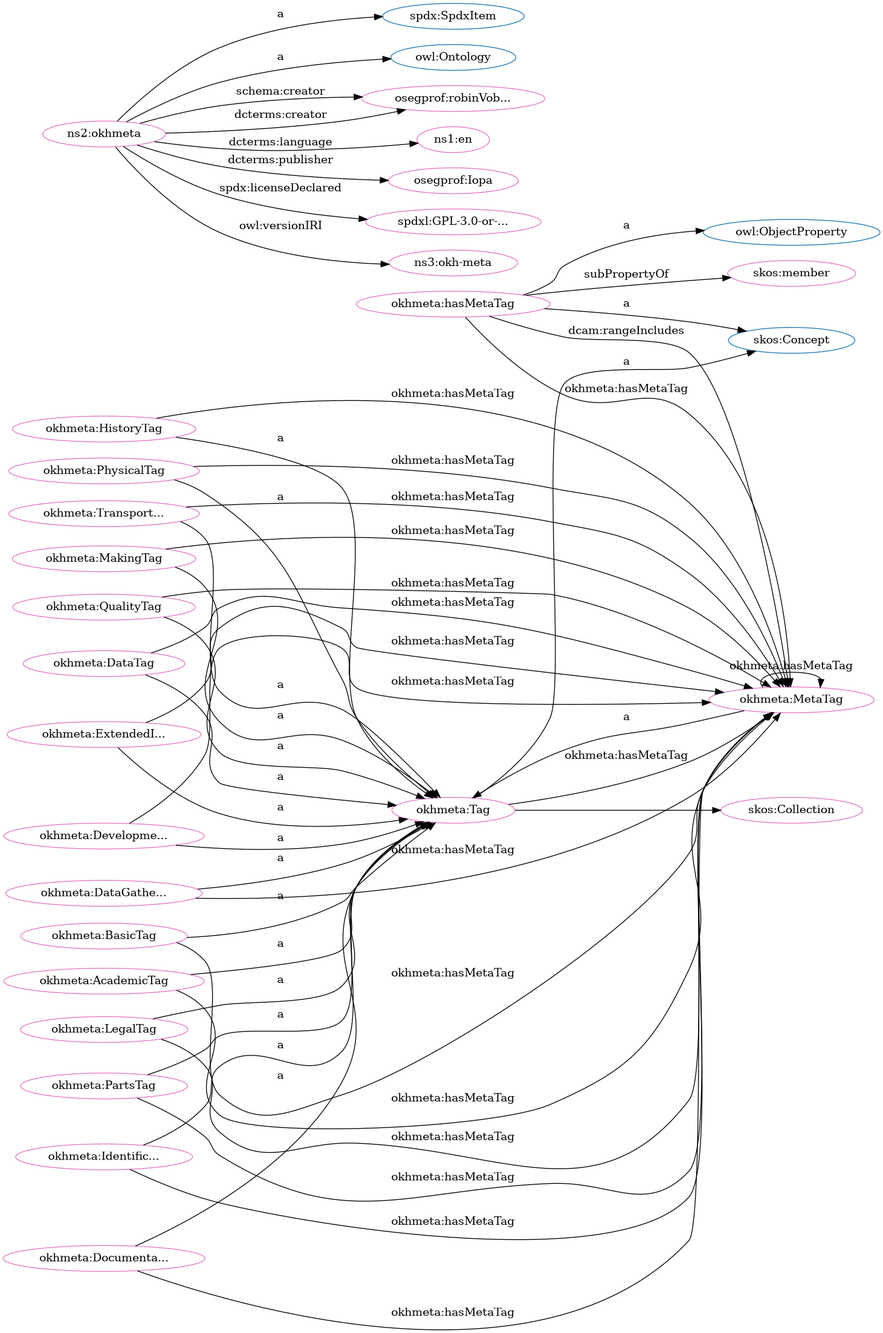
iop-alliance/OpenKnowHow keeps this Graphviz diagram as src/spec/dot_okh-meta.png. Above is the earlier version. Its source is kept beside it as src/spec/dot_okh-meta.dot.
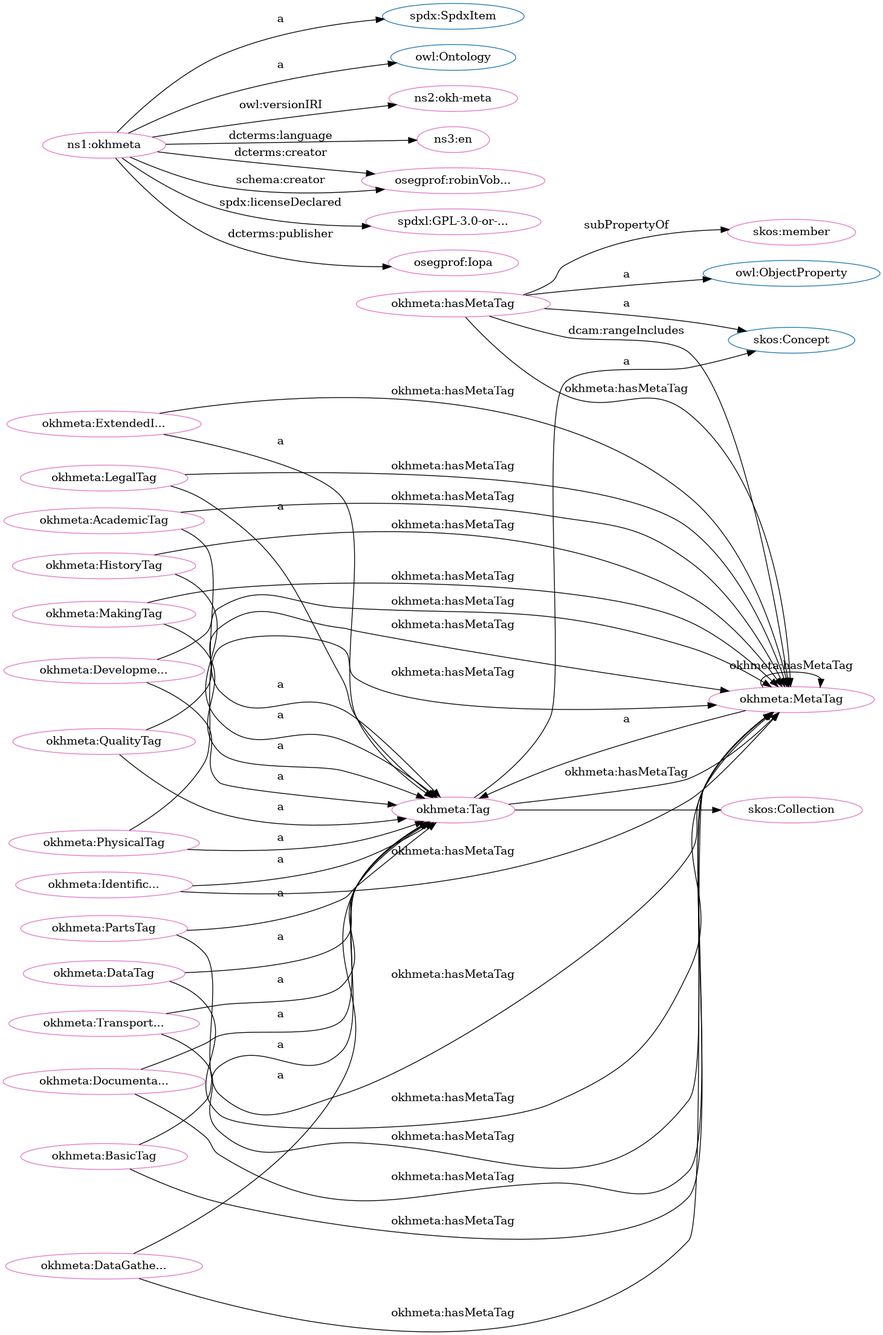
Later version of the same file.

The edit, as a diff of the source:
```diff
@@ -1,84 +1,84 @@
 digraph G {
   rankdir=BT
   node[height=.3]
+"http://www.w3.org/2004/02/skos/core#Concept" [fillcolor="#1f77b4" color="#1f77b4" label="skos:Concept"]
 "http://w3id.org/oseg/ont/okhmeta#Tag" [fillcolor="#1f77b4" color="#1f77b4" label="okhmeta:Tag"]
-"http://www.w3.org/2004/02/skos/core#Concept" [fillcolor="#1f77b4" color="#1f77b4" label="skos:Concept"]
 "http://spdx.org/rdf/terms#SpdxItem" [fillcolor="#1f77b4" color="#1f77b4" label="spdx:SpdxItem"]
-"http://www.w3.org/2004/02/skos/core#Collection" [fillcolor="#1f77b4" color="#1f77b4" label="skos:Collection"]
 "http://www.w3.org/2002/07/owl#Ontology" [fillcolor="#1f77b4" color="#1f77b4" label="owl:Ontology"]
 "http://www.w3.org/2002/07/owl#ObjectProperty" [fillcolor="#1f77b4" color="#1f77b4" label="owl:ObjectProperty"]
+"http://www.w3.org/2004/02/skos/core#Collection" [fillcolor="#1f77b4" color="#1f77b4" label="skos:Collection"]
+"http://w3id.org/oseg/ont/okhmeta" [fillcolor="#e377c2" color="#e377c2" label="ns1:okhmeta"]
+"http://w3id.org/oseg/ont/1.1.0/okh-meta" [fillcolor="#e377c2" color="#e377c2" label="ns2:okh-meta"]
+"http://w3id.org/oseg/ont/okhmeta#Tag" [fillcolor="#e377c2" color="#e377c2" label="okhmeta:Tag"]
 "http://w3id.org/oseg/ont/okhmeta#MetaTag" [fillcolor="#e377c2" color="#e377c2" label="okhmeta:MetaTag"]
+"http://w3id.org/oseg/ont/okhmeta#hasMetaTag" [fillcolor="#e377c2" color="#e377c2" label="okhmeta:hasMetaTag"]
+"http://w3id.org/oseg/ont/okhmeta#DataTag" [fillcolor="#e377c2" color="#e377c2" label="okhmeta:DataTag"]
+"http://www.w3.org/2004/02/skos/core#member" [fillcolor="#e377c2" color="#e377c2" label="skos:member"]
+"http://id.loc.gov/vocabulary/iso639-1/en" [fillcolor="#e377c2" color="#e377c2" label="ns3:en"]
+"http://w3id.org/oseg/ont/okhmeta#AcademicTag" [fillcolor="#e377c2" color="#e377c2" label="okhmeta:AcademicTag"]
+"http://w3id.org/oseg/ont/okhmeta#ExtendedInfoTag" [fillcolor="#e377c2" color="#e377c2" label="okhmeta:ExtendedI..."]
+"http://w3id.org/oseg/ont/oseg-profiles#robinVobruba" [fillcolor="#e377c2" color="#e377c2" label="osegprof:robinVob..."]
+"http://w3id.org/oseg/ont/okhmeta#PartsTag" [fillcolor="#e377c2" color="#e377c2" label="okhmeta:PartsTag"]
+"http://w3id.org/oseg/ont/okhmeta#DevelopmentTag" [fillcolor="#e377c2" color="#e377c2" label="okhmeta:Developme..."]
+"http://w3id.org/oseg/ont/okhmeta#LegalTag" [fillcolor="#e377c2" color="#e377c2" label="okhmeta:LegalTag"]
+"http://w3id.org/oseg/ont/okhmeta#BasicTag" [fillcolor="#e377c2" color="#e377c2" label="okhmeta:BasicTag"]
+"http://spdx.org/licenses/GPL-3.0-or-later" [fillcolor="#e377c2" color="#e377c2" label="spdxl:GPL-3.0-or-..."]
+"http://w3id.org/oseg/ont/okhmeta#IdentificationTag" [fillcolor="#e377c2" color="#e377c2" label="okhmeta:Identific..."]
+"http://w3id.org/oseg/ont/okhmeta#DataGatheringTag" [fillcolor="#e377c2" color="#e377c2" label="okhmeta:DataGathe..."]
 "http://w3id.org/oseg/ont/okhmeta#QualityTag" [fillcolor="#e377c2" color="#e377c2" label="okhmeta:QualityTag"]
-"http://w3id.org/oseg/ont/okhmeta#PartsTag" [fillcolor="#e377c2" color="#e377c2" label="okhmeta:PartsTag"]
-"http://w3id.org/oseg/ont/oseg-profiles#robinVobruba" [fillcolor="#e377c2" color="#e377c2" label="osegprof:robinVob..."]
-"http://id.loc.gov/vocabulary/iso639-1/en" [fillcolor="#e377c2" color="#e377c2" label="ns1:en"]
-"http://w3id.org/oseg/ont/okhmeta#HistoryTag" [fillcolor="#e377c2" color="#e377c2" label="okhmeta:HistoryTag"]
-"http://www.w3.org/2004/02/skos/core#member" [fillcolor="#e377c2" color="#e377c2" label="skos:member"]
-"http://w3id.org/oseg/ont/okhmeta" [fillcolor="#e377c2" color="#e377c2" label="ns2:okhmeta"]
-"http://w3id.org/oseg/ont/okhmeta#Tag" [fillcolor="#e377c2" color="#e377c2" label="okhmeta:Tag"]
-"http://w3id.org/oseg/ont/okhmeta#hasMetaTag" [fillcolor="#e377c2" color="#e377c2" label="okhmeta:hasMetaTag"]
-"http://w3id.org/oseg/ont/okhmeta#BasicTag" [fillcolor="#e377c2" color="#e377c2" label="okhmeta:BasicTag"]
-"http://w3id.org/oseg/ont/okhmeta#LegalTag" [fillcolor="#e377c2" color="#e377c2" label="okhmeta:LegalTag"]
+"http://w3id.org/oseg/ont/okhmeta#DocumentationTag" [fillcolor="#e377c2" color="#e377c2" label="okhmeta:Documenta..."]
 "http://w3id.org/oseg/ont/okhmeta#PhysicalTag" [fillcolor="#e377c2" color="#e377c2" label="okhmeta:PhysicalTag"]
+"http://www.w3.org/2004/02/skos/core#Collection" [fillcolor="#e377c2" color="#e377c2" label="skos:Collection"]
+"http://w3id.org/oseg/ont/okhmeta#MakingTag" [fillcolor="#e377c2" color="#e377c2" label="okhmeta:MakingTag"]
 "http://w3id.org/oseg/ont/oseg-profiles#Iopa" [fillcolor="#e377c2" color="#e377c2" label="osegprof:Iopa"]
 "http://w3id.org/oseg/ont/okhmeta#TransportationTag" [fillcolor="#e377c2" color="#e377c2" label="okhmeta:Transport..."]
-"http://w3id.org/oseg/ont/okhmeta#DataGatheringTag" [fillcolor="#e377c2" color="#e377c2" label="okhmeta:DataGathe..."]
-"http://w3id.org/oseg/ont/okhmeta#DocumentationTag" [fillcolor="#e377c2" color="#e377c2" label="okhmeta:Documenta..."]
-"http://w3id.org/oseg/ont/okhmeta#ExtendedInfoTag" [fillcolor="#e377c2" color="#e377c2" label="okhmeta:ExtendedI..."]
-"http://spdx.org/licenses/GPL-3.0-or-later" [fillcolor="#e377c2" color="#e377c2" label="spdxl:GPL-3.0-or-..."]
-"http://www.w3.org/2004/02/skos/core#Collection" [fillcolor="#e377c2" color="#e377c2" label="skos:Collection"]
-"http://w3id.org/oseg/ont/okhmeta#IdentificationTag" [fillcolor="#e377c2" color="#e377c2" label="okhmeta:Identific..."]
-"http://w3id.org/oseg/ont/1.1.0/okh-meta" [fillcolor="#e377c2" color="#e377c2" label="ns3:okh-meta"]
-"http://w3id.org/oseg/ont/okhmeta#DevelopmentTag" [fillcolor="#e377c2" color="#e377c2" label="okhmeta:Developme..."]
-"http://w3id.org/oseg/ont/okhmeta#AcademicTag" [fillcolor="#e377c2" color="#e377c2" label="okhmeta:AcademicTag"]
-"http://w3id.org/oseg/ont/okhmeta#DataTag" [fillcolor="#e377c2" color="#e377c2" label="okhmeta:DataTag"]
-"http://w3id.org/oseg/ont/okhmeta#MakingTag" [fillcolor="#e377c2" color="#e377c2" label="okhmeta:MakingTag"]
+"http://w3id.org/oseg/ont/okhmeta#HistoryTag" [fillcolor="#e377c2" color="#e377c2" label="okhmeta:HistoryTag"]
+  "http://w3id.org/oseg/ont/okhmeta" -> "http://spdx.org/rdf/terms#SpdxItem" [label="a"]
+  "http://w3id.org/oseg/ont/okhmeta#Tag" -> "http://www.w3.org/2004/02/skos/core#Concept" [label="a"]
+  "http://w3id.org/oseg/ont/okhmeta#hasMetaTag" -> "http://w3id.org/oseg/ont/okhmeta#MetaTag" [label="okhmeta:hasMetaTag"]
+  "http://w3id.org/oseg/ont/okhmeta#LegalTag" -> "http://w3id.org/oseg/ont/okhmeta#MetaTag" [label="okhmeta:hasMetaTag"]
+  "http://w3id.org/oseg/ont/okhmeta#DataTag" -> "http://w3id.org/oseg/ont/okhmeta#Tag" [label="a"]
+  "http://w3id.org/oseg/ont/okhmeta#hasMetaTag" -> "http://www.w3.org/2004/02/skos/core#member" [label="subPropertyOf"]
+  "http://w3id.org/oseg/ont/okhmeta#HistoryTag" -> "http://w3id.org/oseg/ont/okhmeta#Tag" [label="a"]
+  "http://w3id.org/oseg/ont/okhmeta#BasicTag" -> "http://w3id.org/oseg/ont/okhmeta#MetaTag" [label="okhmeta:hasMetaTag"]
+  "http://w3id.org/oseg/ont/okhmeta" -> "http://id.loc.gov/vocabulary/iso639-1/en" [label="dcterms:language"]
+  "http://w3id.org/oseg/ont/okhmeta#MetaTag" -> "http://w3id.org/oseg/ont/okhmeta#Tag" [label="a"]
+  "http://w3id.org/oseg/ont/okhmeta#ExtendedInfoTag" -> "http://w3id.org/oseg/ont/okhmeta#MetaTag" [label="okhmeta:hasMetaTag"]
+  "http://w3id.org/oseg/ont/okhmeta#ExtendedInfoTag" -> "http://w3id.org/oseg/ont/okhmeta#Tag" [label="a"]
+  "http://w3id.org/oseg/ont/okhmeta#PartsTag" -> "http://w3id.org/oseg/ont/okhmeta#MetaTag" [label="okhmeta:hasMetaTag"]
+  "http://w3id.org/oseg/ont/okhmeta#PartsTag" -> "http://w3id.org/oseg/ont/okhmeta#Tag" [label="a"]
+  "http://w3id.org/oseg/ont/okhmeta#MetaTag" -> "http://w3id.org/oseg/ont/okhmeta#MetaTag" [label="okhmeta:hasMetaTag"]
+  "http://w3id.org/oseg/ont/okhmeta#hasMetaTag" -> "http://www.w3.org/2004/02/skos/core#Concept" [label="a"]
+  "http://w3id.org/oseg/ont/okhmeta#DevelopmentTag" -> "http://w3id.org/oseg/ont/okhmeta#Tag" [label="a"]
+  "http://w3id.org/oseg/ont/okhmeta#AcademicTag" -> "http://w3id.org/oseg/ont/okhmeta#MetaTag" [label="okhmeta:hasMetaTag"]
+  "http://w3id.org/oseg/ont/okhmeta#DataGatheringTag" -> "http://w3id.org/oseg/ont/okhmeta#MetaTag" [label="okhmeta:hasMetaTag"]
+  "http://w3id.org/oseg/ont/okhmeta#DocumentationTag" -> "http://w3id.org/oseg/ont/okhmeta#MetaTag" [label="okhmeta:hasMetaTag"]
+  "http://w3id.org/oseg/ont/okhmeta#DataGatheringTag" -> "http://w3id.org/oseg/ont/okhmeta#Tag" [label="a"]
   "http://w3id.org/oseg/ont/okhmeta#QualityTag" -> "http://w3id.org/oseg/ont/okhmeta#Tag" [label="a"]
-  "http://w3id.org/oseg/ont/okhmeta#PartsTag" -> "http://w3id.org/oseg/ont/okhmeta#Tag" [label="a"]
-  "http://w3id.org/oseg/ont/okhmeta" -> "http://id.loc.gov/vocabulary/iso639-1/en" [label="dcterms:language"]
-  "http://w3id.org/oseg/ont/okhmeta#HistoryTag" -> "http://w3id.org/oseg/ont/okhmeta#Tag" [label="a"]
+  "http://w3id.org/oseg/ont/okhmeta#DocumentationTag" -> "http://w3id.org/oseg/ont/okhmeta#Tag" [label="a"]
+  "http://w3id.org/oseg/ont/okhmeta#IdentificationTag" -> "http://w3id.org/oseg/ont/okhmeta#MetaTag" [label="okhmeta:hasMetaTag"]
+  "http://w3id.org/oseg/ont/okhmeta#PhysicalTag" -> "http://w3id.org/oseg/ont/okhmeta#Tag" [label="a"]
+  "http://w3id.org/oseg/ont/okhmeta#DataTag" -> "http://w3id.org/oseg/ont/okhmeta#MetaTag" [label="okhmeta:hasMetaTag"]
+  "http://w3id.org/oseg/ont/okhmeta#MakingTag" -> "http://w3id.org/oseg/ont/okhmeta#Tag" [label="a"]
+  "http://w3id.org/oseg/ont/okhmeta" -> "http://w3id.org/oseg/ont/1.1.0/okh-meta" [label="owl:versionIRI"]
+  "http://w3id.org/oseg/ont/okhmeta#hasMetaTag" -> "http://www.w3.org/2002/07/owl#ObjectProperty" [label="a"]
+  "http://w3id.org/oseg/ont/okhmeta#QualityTag" -> "http://w3id.org/oseg/ont/okhmeta#MetaTag" [label="okhmeta:hasMetaTag"]
   "http://w3id.org/oseg/ont/okhmeta#PhysicalTag" -> "http://w3id.org/oseg/ont/okhmeta#MetaTag" [label="okhmeta:hasMetaTag"]
-  "http://w3id.org/oseg/ont/okhmeta#DataTag" -> "http://w3id.org/oseg/ont/okhmeta#MetaTag" [label="okhmeta:hasMetaTag"]
-  "http://w3id.org/oseg/ont/okhmeta#Tag" -> "http://www.w3.org/2004/02/skos/core#Concept" [label="a"]
-  "http://w3id.org/oseg/ont/okhmeta" -> "http://spdx.org/rdf/terms#SpdxItem" [label="a"]
+  "http://w3id.org/oseg/ont/okhmeta#MakingTag" -> "http://w3id.org/oseg/ont/okhmeta#MetaTag" [label="okhmeta:hasMetaTag"]
+  "http://w3id.org/oseg/ont/okhmeta#AcademicTag" -> "http://w3id.org/oseg/ont/okhmeta#Tag" [label="a"]
+  "http://w3id.org/oseg/ont/okhmeta" -> "http://w3id.org/oseg/ont/oseg-profiles#robinVobruba" [label="dcterms:creator"]
+  "http://w3id.org/oseg/ont/okhmeta#TransportationTag" -> "http://w3id.org/oseg/ont/okhmeta#MetaTag" [label="okhmeta:hasMetaTag"]
+  "http://w3id.org/oseg/ont/okhmeta#Tag" -> "http://w3id.org/oseg/ont/okhmeta#MetaTag" [label="okhmeta:hasMetaTag"]
+  "http://w3id.org/oseg/ont/okhmeta" -> "http://w3id.org/oseg/ont/oseg-profiles#robinVobruba" [label="schema:creator"]
   "http://w3id.org/oseg/ont/okhmeta#hasMetaTag" -> "http://w3id.org/oseg/ont/okhmeta#MetaTag" [label="dcam:rangeIncludes"]
-  "http://w3id.org/oseg/ont/okhmeta#PhysicalTag" -> "http://w3id.org/oseg/ont/okhmeta#Tag" [label="a"]
-  "http://w3id.org/oseg/ont/okhmeta#DocumentationTag" -> "http://w3id.org/oseg/ont/okhmeta#MetaTag" [label="okhmeta:hasMetaTag"]
-  "http://w3id.org/oseg/ont/okhmeta" -> "http://w3id.org/oseg/ont/oseg-profiles#Iopa" [label="dcterms:publisher"]
+  "http://w3id.org/oseg/ont/okhmeta#LegalTag" -> "http://w3id.org/oseg/ont/okhmeta#Tag" [label="a"]
+  "http://w3id.org/oseg/ont/okhmeta#BasicTag" -> "http://w3id.org/oseg/ont/okhmeta#Tag" [label="a"]
   "http://w3id.org/oseg/ont/okhmeta#DevelopmentTag" -> "http://w3id.org/oseg/ont/okhmeta#MetaTag" [label="okhmeta:hasMetaTag"]
-  "http://w3id.org/oseg/ont/okhmeta#MetaTag" -> "http://w3id.org/oseg/ont/okhmeta#MetaTag" [label="okhmeta:hasMetaTag"]
-  "http://w3id.org/oseg/ont/okhmeta#BasicTag" -> "http://w3id.org/oseg/ont/okhmeta#MetaTag" [label="okhmeta:hasMetaTag"]
-  "http://w3id.org/oseg/ont/okhmeta#DataGatheringTag" -> "http://w3id.org/oseg/ont/okhmeta#Tag" [label="a"]
-  "http://w3id.org/oseg/ont/okhmeta#DocumentationTag" -> "http://w3id.org/oseg/ont/okhmeta#Tag" [label="a"]
-  "http://w3id.org/oseg/ont/okhmeta#ExtendedInfoTag" -> "http://w3id.org/oseg/ont/okhmeta#Tag" [label="a"]
   "http://w3id.org/oseg/ont/okhmeta" -> "http://spdx.org/licenses/GPL-3.0-or-later" [label="spdx:licenseDeclared"]
   "http://w3id.org/oseg/ont/okhmeta#IdentificationTag" -> "http://w3id.org/oseg/ont/okhmeta#Tag" [label="a"]
-  "http://w3id.org/oseg/ont/okhmeta#DevelopmentTag" -> "http://w3id.org/oseg/ont/okhmeta#Tag" [label="a"]
-  "http://w3id.org/oseg/ont/okhmeta#TransportationTag" -> "http://w3id.org/oseg/ont/okhmeta#MetaTag" [label="okhmeta:hasMetaTag"]
-  "http://w3id.org/oseg/ont/okhmeta" -> "http://w3id.org/oseg/ont/oseg-profiles#robinVobruba" [label="schema:creator"]
-  "http://w3id.org/oseg/ont/okhmeta#DataTag" -> "http://w3id.org/oseg/ont/okhmeta#Tag" [label="a"]
-  "http://w3id.org/oseg/ont/okhmeta#Tag" -> "http://w3id.org/oseg/ont/okhmeta#MetaTag" [label="okhmeta:hasMetaTag"]
-  "http://w3id.org/oseg/ont/okhmeta#DataGatheringTag" -> "http://w3id.org/oseg/ont/okhmeta#MetaTag" [label="okhmeta:hasMetaTag"]
-  "http://w3id.org/oseg/ont/okhmeta" -> "http://w3id.org/oseg/ont/oseg-profiles#robinVobruba" [label="dcterms:creator"]
-  "http://w3id.org/oseg/ont/okhmeta#ExtendedInfoTag" -> "http://w3id.org/oseg/ont/okhmeta#MetaTag" [label="okhmeta:hasMetaTag"]
-  "http://w3id.org/oseg/ont/okhmeta#IdentificationTag" -> "http://w3id.org/oseg/ont/okhmeta#MetaTag" [label="okhmeta:hasMetaTag"]
-  "http://w3id.org/oseg/ont/okhmeta#LegalTag" -> "http://w3id.org/oseg/ont/okhmeta#MetaTag" [label="okhmeta:hasMetaTag"]
-  "http://w3id.org/oseg/ont/okhmeta#hasMetaTag" -> "http://www.w3.org/2004/02/skos/core#member" [label="subPropertyOf"]
+  "http://w3id.org/oseg/ont/okhmeta#Tag" -> "http://www.w3.org/2004/02/skos/core#Collection" [label=""]
+  "http://w3id.org/oseg/ont/okhmeta" -> "http://w3id.org/oseg/ont/oseg-profiles#Iopa" [label="dcterms:publisher"]
+  "http://w3id.org/oseg/ont/okhmeta#TransportationTag" -> "http://w3id.org/oseg/ont/okhmeta#Tag" [label="a"]
+  "http://w3id.org/oseg/ont/okhmeta#HistoryTag" -> "http://w3id.org/oseg/ont/okhmeta#MetaTag" [label="okhmeta:hasMetaTag"]
   "http://w3id.org/oseg/ont/okhmeta" -> "http://www.w3.org/2002/07/owl#Ontology" [label="a"]
-  "http://w3id.org/oseg/ont/okhmeta#hasMetaTag" -> "http://www.w3.org/2002/07/owl#ObjectProperty" [label="a"]
-  "http://w3id.org/oseg/ont/okhmeta#hasMetaTag" -> "http://w3id.org/oseg/ont/okhmeta#MetaTag" [label="okhmeta:hasMetaTag"]
-  "http://w3id.org/oseg/ont/okhmeta#BasicTag" -> "http://w3id.org/oseg/ont/okhmeta#Tag" [label="a"]
-  "http://w3id.org/oseg/ont/okhmeta#MetaTag" -> "http://w3id.org/oseg/ont/okhmeta#Tag" [label="a"]
-  "http://w3id.org/oseg/ont/okhmeta#LegalTag" -> "http://w3id.org/oseg/ont/okhmeta#Tag" [label="a"]
-  "http://w3id.org/oseg/ont/okhmeta#TransportationTag" -> "http://w3id.org/oseg/ont/okhmeta#Tag" [label="a"]
-  "http://w3id.org/oseg/ont/okhmeta#AcademicTag" -> "http://w3id.org/oseg/ont/okhmeta#MetaTag" [label="okhmeta:hasMetaTag"]
-  "http://w3id.org/oseg/ont/okhmeta#Tag" -> "http://www.w3.org/2004/02/skos/core#Collection" [label=""]
-  "http://w3id.org/oseg/ont/okhmeta#MakingTag" -> "http://w3id.org/oseg/ont/okhmeta#MetaTag" [label="okhmeta:hasMetaTag"]
-  "http://w3id.org/oseg/ont/okhmeta" -> "http://w3id.org/oseg/ont/1.1.0/okh-meta" [label="owl:versionIRI"]
-  "http://w3id.org/oseg/ont/okhmeta#QualityTag" -> "http://w3id.org/oseg/ont/okhmeta#MetaTag" [label="okhmeta:hasMetaTag"]
-  "http://w3id.org/oseg/ont/okhmeta#PartsTag" -> "http://w3id.org/oseg/ont/okhmeta#MetaTag" [label="okhmeta:hasMetaTag"]
-  "http://w3id.org/oseg/ont/okhmeta#HistoryTag" -> "http://w3id.org/oseg/ont/okhmeta#MetaTag" [label="okhmeta:hasMetaTag"]
-  "http://w3id.org/oseg/ont/okhmeta#AcademicTag" -> "http://w3id.org/oseg/ont/okhmeta#Tag" [label="a"]
-  "http://w3id.org/oseg/ont/okhmeta#hasMetaTag" -> "http://www.w3.org/2004/02/skos/core#Concept" [label="a"]
-  "http://w3id.org/oseg/ont/okhmeta#MakingTag" -> "http://w3id.org/oseg/ont/okhmeta#Tag" [label="a"]
 }
```
